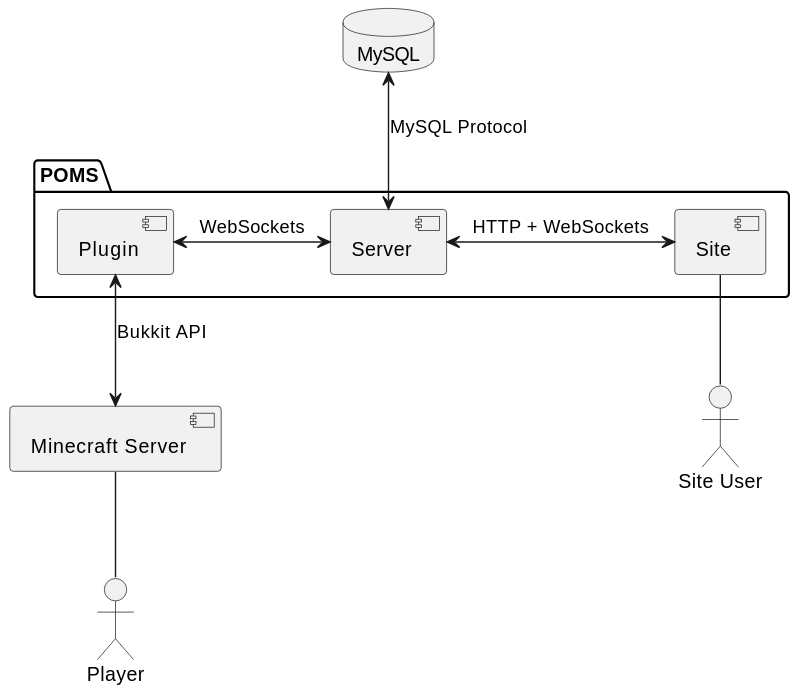
Above: docs/architecture.svg in Maksim2498/poms (PlantUML), before the change. The source it was exported from:
```plantuml
@startuml
database MySQL as Database

[Minecraft Server] as MinecraftServer

package POMS {
    [Server]
    [Plugin]
    [Site]
}

actor "Site User" as SiteUser
actor Player

Database <--> Server : MySQL Protocol

Server <-l-> Plugin : WebSockets
Server <-r-> Site : HTTP + WebSockets

Plugin <--> MinecraftServer : Bukkit API

MinecraftServer -- Player
Site -- SiteUser
@enduml
```
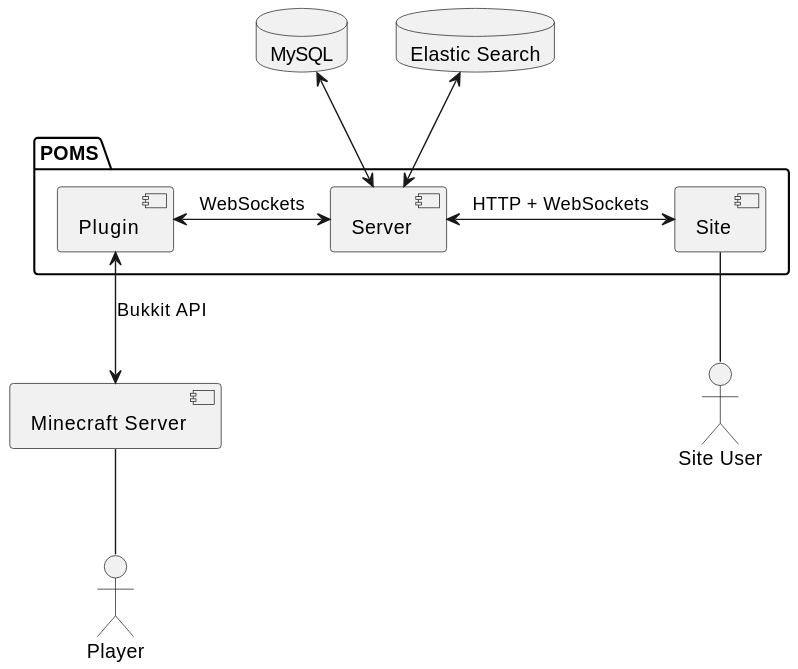
The same diagram one commit later.

Change to the diagram source:
```diff
@@ -1,5 +1,6 @@
 @startuml
 database MySQL as Database
+database "Elastic Search" as SearchEngine
 
 [Minecraft Server] as MinecraftServer
 
@@ -12,7 +13,8 @@
 actor "Site User" as SiteUser
 actor Player
 
-Database <--> Server : MySQL Protocol
+Database <--> Server
+SearchEngine <--> Server
 
 Server <-l-> Plugin : WebSockets
 Server <-r-> Site : HTTP + WebSockets
```
